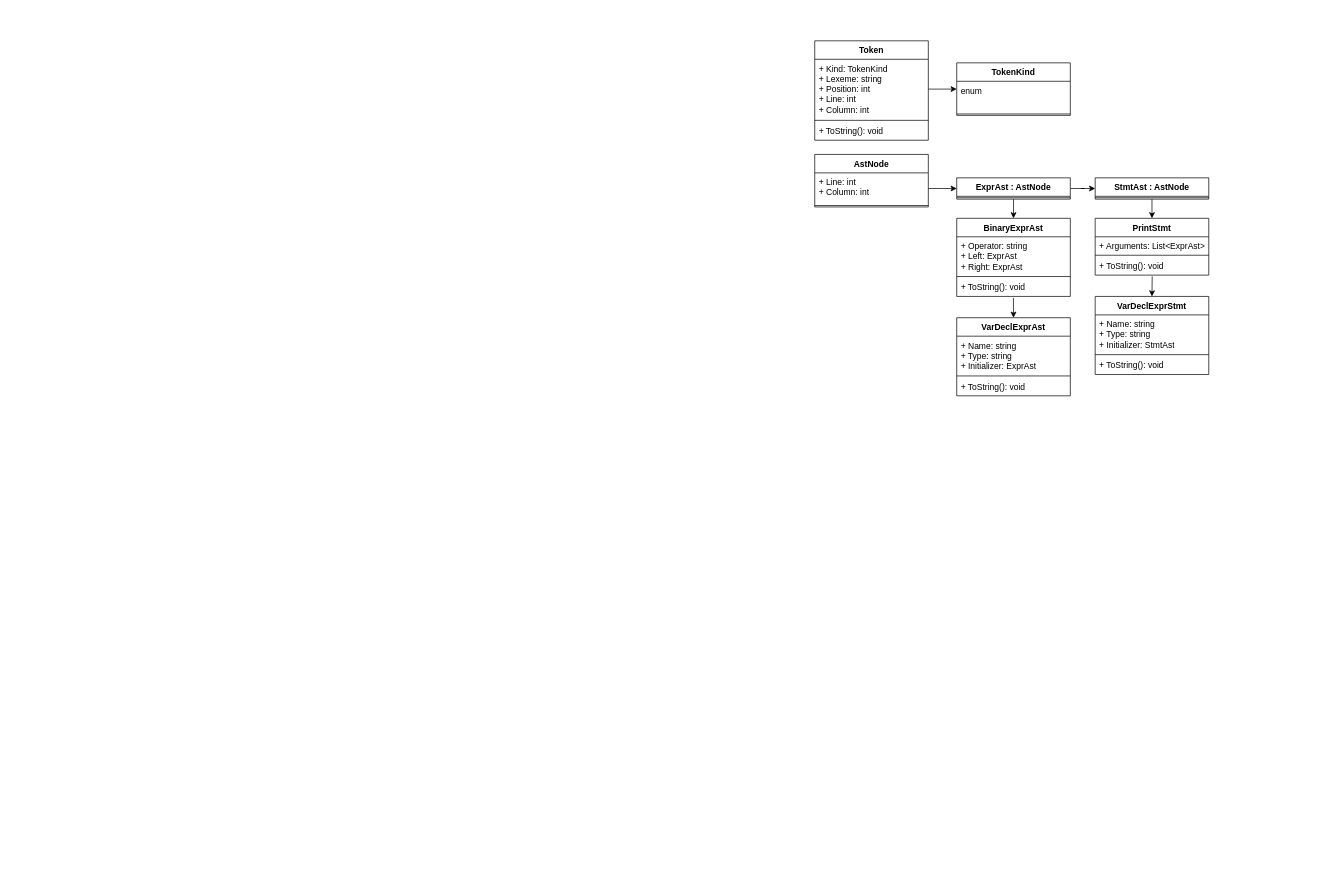
Above: 4lab1.drawio in softqwak/MSPIST (draw.io), before the change. Source tidied: cells renumbered, new cells numbered last; positions are measured from the earlier drawing's top-left corner, leaving out a move shared by most shapes. Both pictures are drawn from the tidied source at 71%, with x=0, y=0 at pixel (814, 40).
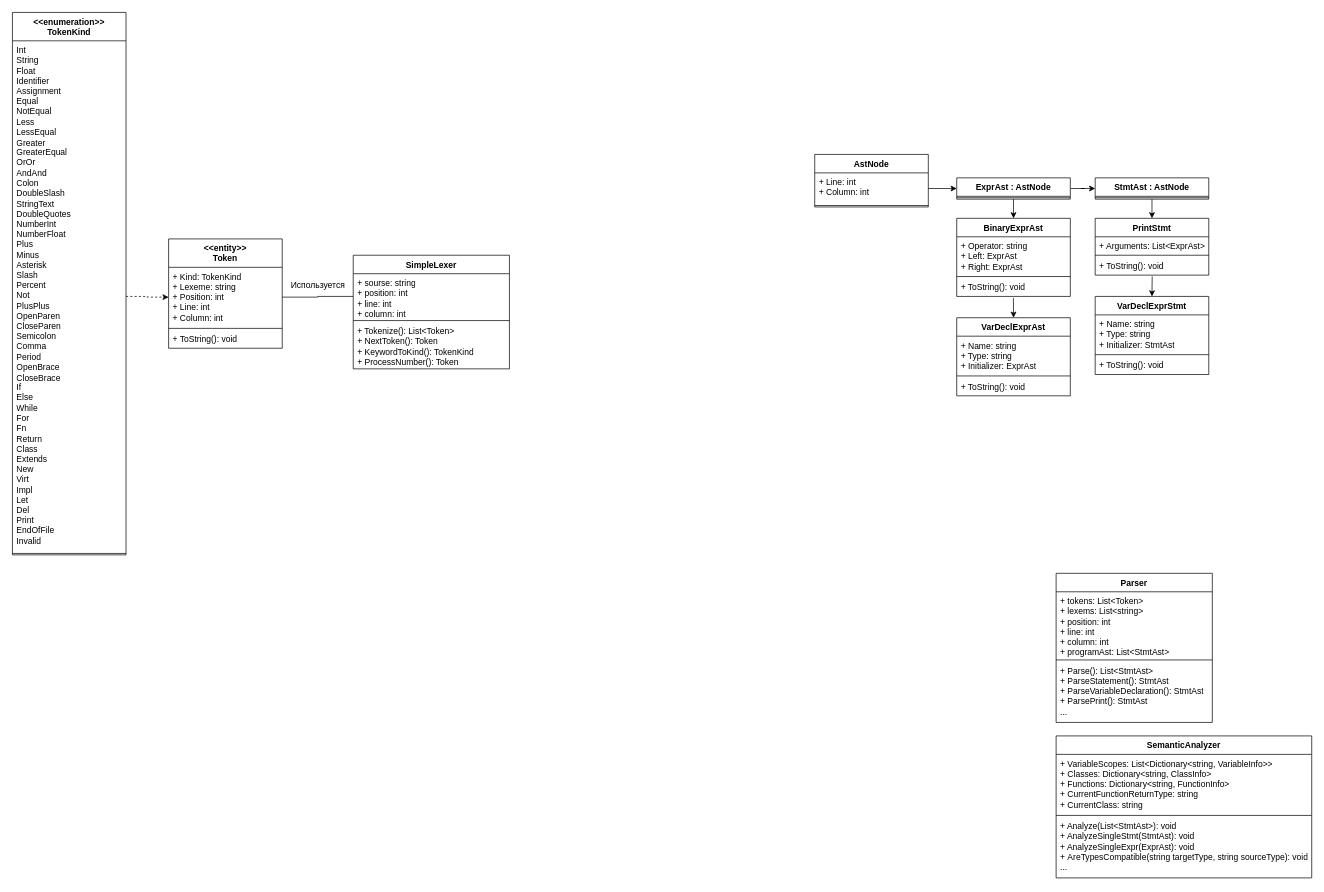
After the change.

The edit, as a diff of the source:
```diff
@@
-    <mxCell id="2" value="Token" style="swimlane;fontStyle=1;align=center;verticalAlign=top;horizontal=1;startSize=26;whiteSpace=wrap;html=1;" parent="1" vertex="1">
-      <mxGeometry width="160" height="140" as="geometry" />
+    <mxCell id="2" value="&lt;div&gt;&amp;lt;&amp;lt;entity&amp;gt;&amp;gt;&lt;/div&gt;Token" style="swimlane;fontStyle=1;align=center;verticalAlign=top;horizontal=1;startSize=40;whiteSpace=wrap;html=1;" parent="1" vertex="1">
+      <mxGeometry x="-910" y="279" width="160" height="154" as="geometry" />
     </mxCell>
     <mxCell id="3" value="+ Kind: TokenKind&lt;div&gt;+ Lexeme: string&lt;/div&gt;&lt;div&gt;+ Position: int&lt;/div&gt;&lt;div&gt;+ Line: int&lt;/div&gt;&lt;div&gt;+ Column: int&lt;/div&gt;" style="text;strokeColor=none;fillColor=none;align=left;verticalAlign=top;spacingLeft=4;spacingRight=4;overflow=hidden;points=[[0,0.5],[1,0.5]];portConstraint=eastwest;whiteSpace=wrap;html=1;" parent="2" vertex="1">
-      <mxGeometry y="26" width="160" height="84" as="geometry" />
+      <mxGeometry y="40" width="160" height="84" as="geometry" />
     </mxCell>
     <mxCell id="4" style="line;strokeWidth=1;fillColor=none;align=left;verticalAlign=middle;spacingTop=-1;spacingLeft=3;spacingRight=3;labelPosition=right;strokeColor=inherit;" parent="2" vertex="1">
-      <mxGeometry y="110" width="160" height="4" as="geometry" />
+      <mxGeometry y="124" width="160" height="4" as="geometry" />
     </mxCell>
     <mxCell id="5" value="+ ToString(): void" style="text;strokeColor=none;fillColor=none;align=left;verticalAlign=top;spacingLeft=4;spacingRight=4;overflow=hidden;whiteSpace=wrap;html=1;" parent="2" vertex="1">
-      <mxGeometry y="114" width="160" height="26" as="geometry" />
+      <mxGeometry y="128" width="160" height="26" as="geometry" />
     </mxCell>
-    <mxCell id="6" value="TokenKind" style="swimlane;fontStyle=1;align=center;verticalAlign=top;horizontal=1;startSize=26;whiteSpace=wrap;html=1;" parent="1" vertex="1">
-      <mxGeometry x="200" y="31" width="160" height="74" as="geometry" />
+    <mxCell id="6" value="&lt;div&gt;&amp;lt;&amp;lt;enumeration&amp;gt;&amp;gt;&lt;/div&gt;TokenKind" style="swimlane;fontStyle=1;align=center;verticalAlign=top;horizontal=1;startSize=40;whiteSpace=wrap;html=1;" parent="1" vertex="1">
+      <mxGeometry x="-1130" y="-40" width="160" height="764" as="geometry" />
     </mxCell>
-    <mxCell id="7" value="enum" style="text;strokeColor=none;fillColor=none;align=left;verticalAlign=top;spacingLeft=4;spacingRight=4;overflow=hidden;points=[[0,0.5],[1,0.5]];portConstraint=eastwest;whiteSpace=wrap;html=1;" parent="6" vertex="1">
-      <mxGeometry y="26" width="160" height="44" as="geometry" />
+    <mxCell id="7" value="Int&#10;String&#10;Float&#10;Identifier&#10;Assignment&#10;Equal&#10;NotEqual&#10;Less&#10;LessEqual&#10;Greater&#10;GreaterEqual&#10;OrOr&#10;AndAnd&#10;Colon&#10;DoubleSlash&#10;StringText&#10;DoubleQuotes&#10;NumberInt&#10;NumberFloat&#10;Plus&#10;Minus&#10;Asterisk&#10;Slash&#10;Percent&#10;Not&#10;PlusPlus&#10;OpenParen&#10;CloseParen&#10;Semicolon&#10;Comma&#10;Period&#10;OpenBrace&#10;CloseBrace&#10;If&#10;Else&#10;While&#10;For&#10;Fn&#10;Return&#10;Class&#10;Extends&#10;New&#10;Virt&#10;Impl&#10;Let&#10;Del&#10;Print&#10;EndOfFile&#10;Invalid" style="text;strokeColor=none;fillColor=none;align=left;verticalAlign=top;spacingLeft=4;spacingRight=4;overflow=hidden;points=[[0,0.5],[1,0.5]];portConstraint=eastwest;whiteSpace=wrap;html=1;" parent="6" vertex="1">
+      <mxGeometry y="40" width="160" height="720" as="geometry" />
     </mxCell>
     <mxCell id="8" style="line;strokeWidth=1;fillColor=none;align=left;verticalAlign=middle;spacingTop=-1;spacingLeft=3;spacingRight=3;labelPosition=right;strokeColor=inherit;" parent="6" vertex="1">
-      <mxGeometry y="70" width="160" height="4" as="geometry" />
+      <mxGeometry y="760" width="160" height="4" as="geometry" />
     </mxCell>
@@
-    <mxCell id="37" style="edgeStyle=orthogonalEdgeStyle;rounded=0;jettySize=auto;html=1;exitX=1;exitY=0.5;exitDx=0;exitDy=0;entryX=0;entryY=0.5;entryDx=0;entryDy=0;" parent="1" edge="1" source="3" target="6">
-      <mxGeometry relative="1" as="geometry" />
-    </mxCell>
@@
+    <mxCell id="40" value="Parser" style="swimlane;fontStyle=1;align=center;verticalAlign=top;horizontal=1;startSize=26;whiteSpace=wrap;html=1;" parent="1" vertex="1">
+      <mxGeometry x="340" y="750" width="220" height="210" as="geometry" />
+    </mxCell>
+    <mxCell id="41" value="+ tokens: List&amp;lt;Token&amp;gt;&lt;div&gt;+ lexems: List&amp;lt;string&amp;gt;&lt;/div&gt;&lt;div&gt;+ position: int&lt;/div&gt;&lt;div&gt;+ line: int&lt;/div&gt;&lt;div&gt;+ column: int&lt;/div&gt;&lt;div&gt;+ programAst: List&amp;lt;StmtAst&amp;gt;&lt;/div&gt;" style="text;strokeColor=none;fillColor=none;align=left;verticalAlign=top;spacingLeft=4;spacingRight=4;overflow=hidden;whiteSpace=wrap;html=1;" parent="40" vertex="1">
+      <mxGeometry y="26" width="220" height="94" as="geometry" />
+    </mxCell>
+    <mxCell id="42" style="line;strokeWidth=1;fillColor=none;align=left;verticalAlign=middle;spacingTop=-1;spacingLeft=3;spacingRight=3;labelPosition=right;strokeColor=inherit;" parent="40" vertex="1">
+      <mxGeometry y="120" width="220" height="4" as="geometry" />
+    </mxCell>
+    <mxCell id="43" value="+ Parse(): List&amp;lt;StmtAst&amp;gt;&lt;div&gt;+ ParseStatement(): StmtAst&lt;/div&gt;&lt;div&gt;+ ParseVariableDeclaration(): StmtAst&lt;/div&gt;&lt;div&gt;+&amp;nbsp;ParsePrint(): StmtAst&lt;/div&gt;&lt;div&gt;...&lt;/div&gt;" style="text;strokeColor=none;fillColor=none;align=left;verticalAlign=top;spacingLeft=4;spacingRight=4;overflow=hidden;whiteSpace=wrap;html=1;" parent="40" vertex="1">
+      <mxGeometry y="124" width="220" height="86" as="geometry" />
+    </mxCell>
+    <mxCell id="44" value="SimpleLexer" style="swimlane;fontStyle=1;align=center;verticalAlign=top;horizontal=1;startSize=26;whiteSpace=wrap;html=1;" parent="1" vertex="1">
+      <mxGeometry x="-650" y="302" width="220" height="160" as="geometry" />
+    </mxCell>
+    <mxCell id="45" value="+ sourse: string&lt;div&gt;+ position: int&lt;/div&gt;&lt;div&gt;+ line: int&lt;/div&gt;&lt;div&gt;+ column: int&lt;/div&gt;" style="text;strokeColor=none;fillColor=none;align=left;verticalAlign=top;spacingLeft=4;spacingRight=4;overflow=hidden;points=[[0,0.5],[1,0.5]];portConstraint=eastwest;whiteSpace=wrap;html=1;" parent="44" vertex="1">
+      <mxGeometry y="26" width="220" height="64" as="geometry" />
+    </mxCell>
+    <mxCell id="46" style="line;strokeWidth=1;fillColor=none;align=left;verticalAlign=middle;spacingTop=-1;spacingLeft=3;spacingRight=3;labelPosition=right;strokeColor=inherit;" parent="44" vertex="1">
+      <mxGeometry y="90" width="220" height="4" as="geometry" />
+    </mxCell>
+    <mxCell id="47" value="+ Tokenize(): List&amp;lt;Token&amp;gt;&lt;div&gt;+ NextToken(): Token&lt;/div&gt;&lt;div&gt;+ KeywordToKind(): TokenKind&lt;/div&gt;&lt;div&gt;+&amp;nbsp;ProcessNumber(): Token&lt;/div&gt;" style="text;strokeColor=none;fillColor=none;align=left;verticalAlign=top;spacingLeft=4;spacingRight=4;overflow=hidden;whiteSpace=wrap;html=1;" parent="44" vertex="1">
+      <mxGeometry y="94" width="220" height="66" as="geometry" />
+    </mxCell>
+    <mxCell id="48" value="SemanticAnalyzer" style="swimlane;fontStyle=1;align=center;verticalAlign=top;horizontal=1;startSize=26;whiteSpace=wrap;html=1;" parent="1" vertex="1">
+      <mxGeometry x="340" y="979" width="360" height="200" as="geometry" />
+    </mxCell>
+    <mxCell id="49" value="+ VariableScopes: List&amp;lt;Dictionary&amp;lt;string, VariableInfo&amp;gt;&amp;gt;&lt;div&gt;+&amp;nbsp;&lt;span style=&quot;background-color: transparent; color: light-dark(rgb(0, 0, 0), rgb(255, 255, 255));&quot;&gt;Classes:&amp;nbsp;&lt;/span&gt;&lt;span style=&quot;background-color: transparent; color: light-dark(rgb(0, 0, 0), rgb(255, 255, 255));&quot;&gt;Dictionary&amp;lt;string, ClassInfo&amp;gt;&lt;/span&gt;&lt;/div&gt;&lt;div&gt;+&amp;nbsp;&lt;span style=&quot;background-color: transparent; color: light-dark(rgb(0, 0, 0), rgb(255, 255, 255));&quot;&gt;Functions:&amp;nbsp;&lt;/span&gt;&lt;span style=&quot;background-color: transparent; color: light-dark(rgb(0, 0, 0), rgb(255, 255, 255));&quot;&gt;Dictionary&amp;lt;string, FunctionInfo&amp;gt;&amp;nbsp;&lt;/span&gt;&lt;/div&gt;&lt;div&gt;+ CurrentFunctionReturnType: string&lt;/div&gt;&lt;div&gt;+ CurrentClass: string&lt;/div&gt;" style="text;strokeColor=none;fillColor=none;align=left;verticalAlign=top;spacingLeft=4;spacingRight=4;overflow=hidden;whiteSpace=wrap;html=1;" parent="48" vertex="1">
+      <mxGeometry y="26" width="360" height="84" as="geometry" />
+    </mxCell>
+    <mxCell id="50" style="line;strokeWidth=1;fillColor=none;align=left;verticalAlign=middle;spacingTop=-1;spacingLeft=3;spacingRight=3;labelPosition=right;strokeColor=inherit;" parent="48" vertex="1">
+      <mxGeometry y="110" width="360" height="4" as="geometry" />
+    </mxCell>
+    <mxCell id="51" value="+ Analyze(List&amp;lt;StmtAst&amp;gt;): void&lt;div&gt;+ AnalyzeSingleStmt(StmtAst): void&lt;/div&gt;&lt;div&gt;+ AnalyzeSingleExpr(ExprAst): void&lt;/div&gt;&lt;div&gt;+&amp;nbsp;AreTypesCompatible(string targetType, string sourceType): void&lt;/div&gt;&lt;div&gt;...&lt;/div&gt;" style="text;strokeColor=none;fillColor=none;align=left;verticalAlign=top;spacingLeft=4;spacingRight=4;overflow=hidden;whiteSpace=wrap;html=1;" parent="48" vertex="1">
+      <mxGeometry y="114" width="360" height="86" as="geometry" />
+    </mxCell>
+    <mxCell id="52" style="edgeStyle=orthogonalEdgeStyle;rounded=0;jettySize=auto;html=1;exitX=1;exitY=0.5;exitDx=0;exitDy=0;entryX=0;entryY=0.5;entryDx=0;entryDy=0;dashed=1;" parent="1" edge="1" source="7" target="3">
+      <mxGeometry relative="1" as="geometry" />
+    </mxCell>
+    <mxCell id="53" style="edgeStyle=orthogonalEdgeStyle;rounded=0;jettySize=auto;html=1;exitX=1;exitY=0.5;exitDx=0;exitDy=0;entryX=0;entryY=0.5;entryDx=0;entryDy=0;endArrow=none;startFill=0;" parent="1" edge="1" source="3" target="45">
+      <mxGeometry relative="1" as="geometry" />
+    </mxCell>
+    <mxCell id="54" value="Используется" style="text;html=1;align=center;verticalAlign=middle;strokeColor=none;fillColor=none;" parent="1" vertex="1">
+      <mxGeometry x="-750" y="330" width="100" height="30" as="geometry" />
+    </mxCell>
```
